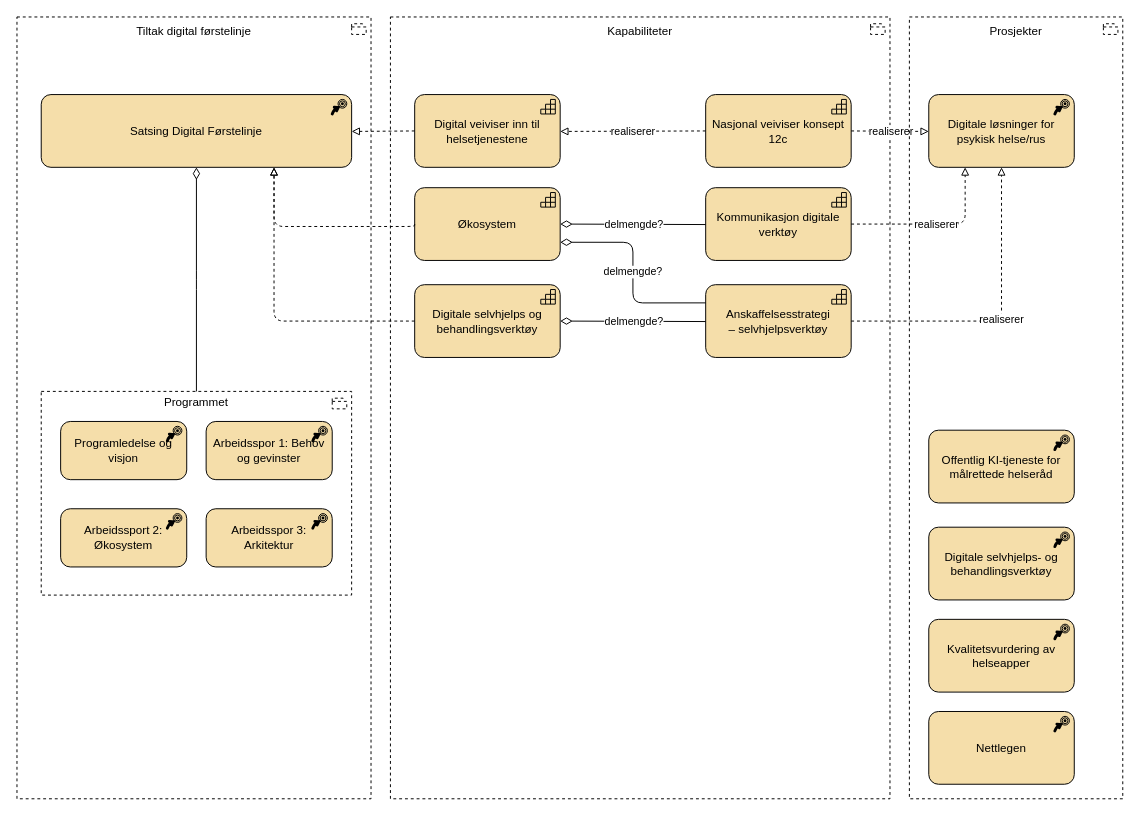
hdir/Digital-Forstelinje keeps this draw.io diagram as page "tiltak-psykhelse" (1 of 2) of docs/strategi/tiltak-kapabiliteter.drawio. Above is the earlier version. Source tidied: cells renumbered, new cells numbered last; positions are measured from the earlier drawing's top-left corner, leaving out a move shared by most shapes. Both pictures are drawn from the tidied source at 97%, with x=0, y=0 at pixel (16, 16).
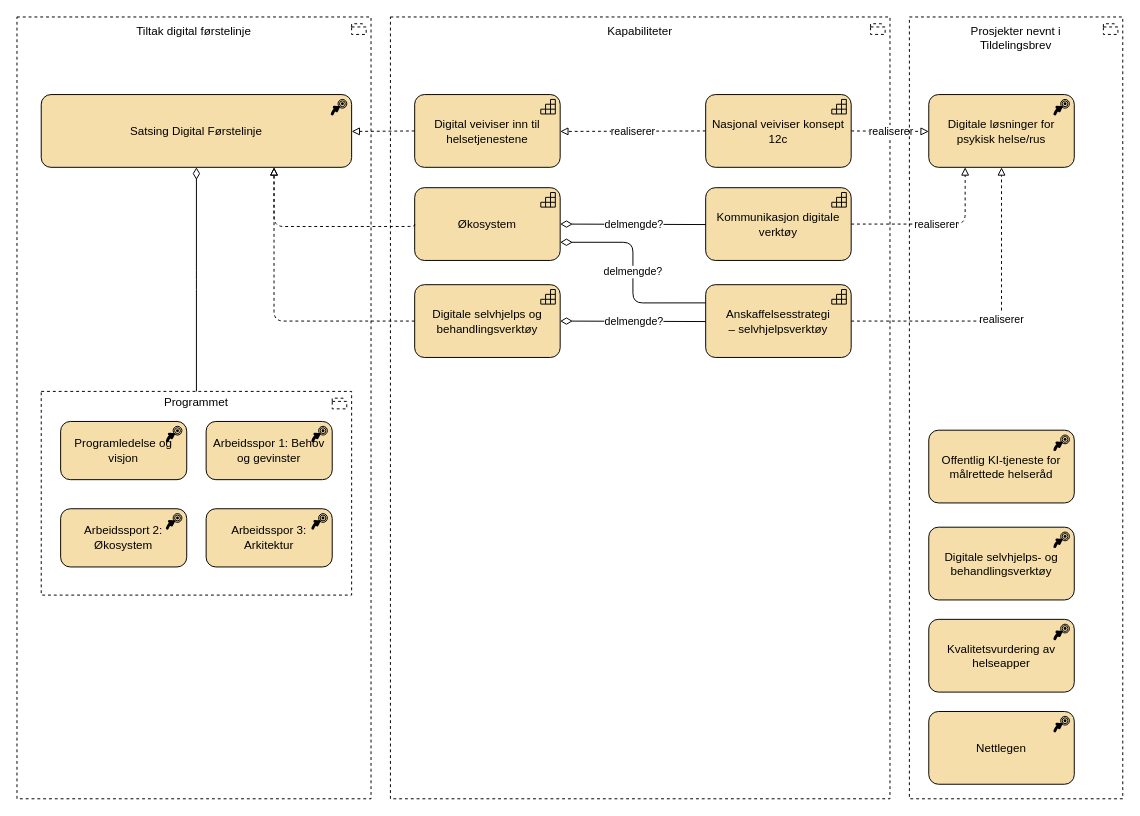
After the change.

Commit message (it also covers changes not shown here):
tiltak i programmet

What changed in the source:
```diff
@@
-    <mxCell id="31" value="&lt;div&gt;&lt;span style=&quot;background-color: transparent;&quot;&gt;Prosjekter&lt;/span&gt;&lt;/div&gt;&lt;div&gt;&lt;br&gt;&lt;/div&gt;&lt;div&gt;&lt;br&gt;&lt;/div&gt;&lt;div&gt;&lt;br&gt;&lt;/div&gt;&lt;div&gt;&lt;br&gt;&lt;/div&gt;&lt;div&gt;&lt;br&gt;&lt;/div&gt;&lt;div&gt;&lt;br&gt;&lt;/div&gt;&lt;div&gt;&lt;br&gt;&lt;/div&gt;&lt;div&gt;&lt;br&gt;&lt;/div&gt;&lt;div&gt;&lt;br&gt;&lt;/div&gt;&lt;div&gt;&lt;br&gt;&lt;/div&gt;&lt;div&gt;&lt;br&gt;&lt;/div&gt;&lt;div&gt;&lt;br&gt;&lt;/div&gt;&lt;div&gt;&lt;br&gt;&lt;/div&gt;&lt;div&gt;&lt;br&gt;&lt;/div&gt;&lt;div&gt;&lt;br&gt;&lt;/div&gt;&lt;div&gt;&lt;br&gt;&lt;/div&gt;&lt;div&gt;&lt;br&gt;&lt;/div&gt;&lt;div&gt;&lt;br&gt;&lt;/div&gt;&lt;div&gt;&lt;br&gt;&lt;/div&gt;&lt;div&gt;&lt;br&gt;&lt;/div&gt;&lt;div&gt;&lt;br&gt;&lt;/div&gt;&lt;div&gt;&lt;br&gt;&lt;/div&gt;&lt;div&gt;&lt;br&gt;&lt;/div&gt;&lt;div&gt;&lt;br&gt;&lt;/div&gt;&lt;div&gt;&lt;br&gt;&lt;/div&gt;&lt;div&gt;&lt;br&gt;&lt;/div&gt;&lt;div&gt;&lt;br&gt;&lt;/div&gt;&lt;div&gt;&lt;br&gt;&lt;/div&gt;&lt;div&gt;&lt;br&gt;&lt;/div&gt;&lt;div&gt;&lt;br&gt;&lt;/div&gt;&lt;div&gt;&lt;br&gt;&lt;/div&gt;&lt;div&gt;&lt;br&gt;&lt;/div&gt;&lt;div&gt;&lt;br&gt;&lt;/div&gt;&lt;div&gt;&lt;br&gt;&lt;/div&gt;&lt;div&gt;&lt;br&gt;&lt;/div&gt;&lt;div&gt;&lt;br&gt;&lt;/div&gt;&lt;div&gt;&lt;br&gt;&lt;/div&gt;&lt;div&gt;&lt;br&gt;&lt;/div&gt;&lt;div&gt;&lt;br&gt;&lt;/div&gt;&lt;div&gt;&lt;br&gt;&lt;/div&gt;&lt;div&gt;&lt;br&gt;&lt;/div&gt;&lt;div&gt;&lt;br&gt;&lt;/div&gt;&lt;div&gt;&lt;br&gt;&lt;/div&gt;&lt;div&gt;&lt;br&gt;&lt;/div&gt;&lt;div&gt;&lt;br&gt;&lt;/div&gt;&lt;div&gt;&lt;br&gt;&lt;/div&gt;&lt;div&gt;&lt;br&gt;&lt;/div&gt;&lt;div&gt;&lt;br&gt;&lt;/div&gt;&lt;div&gt;&lt;br&gt;&lt;/div&gt;&lt;div&gt;&lt;br&gt;&lt;/div&gt;&lt;div&gt;&lt;br&gt;&lt;/div&gt;&lt;div&gt;&lt;br&gt;&lt;/div&gt;&lt;div&gt;&lt;br&gt;&lt;/div&gt;&lt;div&gt;&lt;br&gt;&lt;/div&gt;" style="html=1;whiteSpace=wrap;shape=mxgraph.archimate3.application;appType=grouping;archiType=square;dashed=1;fillColor=none;" parent="1" vertex="1">
+    <mxCell id="31" value="&lt;div&gt;&lt;span style=&quot;background-color: transparent;&quot;&gt;Prosjekter nevnt i &lt;br&gt;Tildelingsbrev&lt;/span&gt;&lt;/div&gt;&lt;div&gt;&lt;br&gt;&lt;/div&gt;&lt;div&gt;&lt;br&gt;&lt;/div&gt;&lt;div&gt;&lt;br&gt;&lt;/div&gt;&lt;div&gt;&lt;br&gt;&lt;/div&gt;&lt;div&gt;&lt;br&gt;&lt;/div&gt;&lt;div&gt;&lt;br&gt;&lt;/div&gt;&lt;div&gt;&lt;br&gt;&lt;/div&gt;&lt;div&gt;&lt;br&gt;&lt;/div&gt;&lt;div&gt;&lt;br&gt;&lt;/div&gt;&lt;div&gt;&lt;br&gt;&lt;/div&gt;&lt;div&gt;&lt;br&gt;&lt;/div&gt;&lt;div&gt;&lt;br&gt;&lt;/div&gt;&lt;div&gt;&lt;br&gt;&lt;/div&gt;&lt;div&gt;&lt;br&gt;&lt;/div&gt;&lt;div&gt;&lt;br&gt;&lt;/div&gt;&lt;div&gt;&lt;br&gt;&lt;/div&gt;&lt;div&gt;&lt;br&gt;&lt;/div&gt;&lt;div&gt;&lt;br&gt;&lt;/div&gt;&lt;div&gt;&lt;br&gt;&lt;/div&gt;&lt;div&gt;&lt;br&gt;&lt;/div&gt;&lt;div&gt;&lt;br&gt;&lt;/div&gt;&lt;div&gt;&lt;br&gt;&lt;/div&gt;&lt;div&gt;&lt;br&gt;&lt;/div&gt;&lt;div&gt;&lt;br&gt;&lt;/div&gt;&lt;div&gt;&lt;br&gt;&lt;/div&gt;&lt;div&gt;&lt;br&gt;&lt;/div&gt;&lt;div&gt;&lt;br&gt;&lt;/div&gt;&lt;div&gt;&lt;br&gt;&lt;/div&gt;&lt;div&gt;&lt;br&gt;&lt;/div&gt;&lt;div&gt;&lt;br&gt;&lt;/div&gt;&lt;div&gt;&lt;br&gt;&lt;/div&gt;&lt;div&gt;&lt;br&gt;&lt;/div&gt;&lt;div&gt;&lt;br&gt;&lt;/div&gt;&lt;div&gt;&lt;br&gt;&lt;/div&gt;&lt;div&gt;&lt;br&gt;&lt;/div&gt;&lt;div&gt;&lt;br&gt;&lt;/div&gt;&lt;div&gt;&lt;br&gt;&lt;/div&gt;&lt;div&gt;&lt;br&gt;&lt;/div&gt;&lt;div&gt;&lt;br&gt;&lt;/div&gt;&lt;div&gt;&lt;br&gt;&lt;/div&gt;&lt;div&gt;&lt;br&gt;&lt;/div&gt;&lt;div&gt;&lt;br&gt;&lt;/div&gt;&lt;div&gt;&lt;br&gt;&lt;/div&gt;&lt;div&gt;&lt;br&gt;&lt;/div&gt;&lt;div&gt;&lt;br&gt;&lt;/div&gt;&lt;div&gt;&lt;br&gt;&lt;/div&gt;&lt;div&gt;&lt;br&gt;&lt;/div&gt;&lt;div&gt;&lt;br&gt;&lt;/div&gt;&lt;div&gt;&lt;br&gt;&lt;/div&gt;&lt;div&gt;&lt;br&gt;&lt;/div&gt;&lt;div&gt;&lt;br&gt;&lt;/div&gt;&lt;div&gt;&lt;br&gt;&lt;/div&gt;&lt;div&gt;&lt;br&gt;&lt;/div&gt;" style="html=1;whiteSpace=wrap;shape=mxgraph.archimate3.application;appType=grouping;archiType=square;dashed=1;fillColor=none;" parent="1" vertex="1">
       <mxGeometry x="920" width="220" height="806" as="geometry" />
     </mxCell>
```
